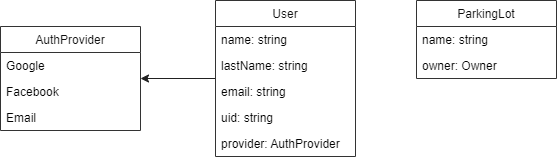
Earlier version of the draw.io export docs/domain/classes.drawio.png (lucasg18c/ParkingSys). Source tidied: cells renumbered, new cells last; positions are measured from the earlier drawing's top-left corner, leaving out a move shared by most shapes. Its diagram source:
```xml
<mxGraphModel background="#ffffff">
  <root>
    <mxCell id="0" />
    <mxCell id="1" parent="0" />
    <mxCell id="2" value="ParkingLot" style="swimlane;fontStyle=0;horizontal=1;startSize=26;fillColor=none;strokeColor=#333333;fontColor=#0F0F0F;" parent="1" vertex="1">
      <mxGeometry x="416" width="140" height="78" as="geometry" />
    </mxCell>
    <mxCell id="3" value="name: string" style="text;strokeColor=none;fillColor=none;align=left;verticalAlign=top;spacingLeft=4;spacingRight=4;overflow=hidden;fontColor=#030303;" parent="2" vertex="1">
      <mxGeometry y="26" width="140" height="26" as="geometry" />
    </mxCell>
    <mxCell id="4" value="owner: Owner" style="text;strokeColor=none;fillColor=none;align=left;verticalAlign=top;spacingLeft=4;spacingRight=4;overflow=hidden;fontColor=#030303;" parent="2" vertex="1">
      <mxGeometry y="52" width="140" height="26" as="geometry" />
    </mxCell>
    <mxCell id="5" style="edgeStyle=none;html=1;fontColor=#0F0F0F;strokeColor=#212121;" parent="1" edge="1" source="6" target="12">
      <mxGeometry relative="1" as="geometry" />
    </mxCell>
    <mxCell id="6" value="User" style="swimlane;fontStyle=0;horizontal=1;startSize=26;fillColor=none;strokeColor=#333333;fontColor=#0F0F0F;" parent="1" vertex="1">
      <mxGeometry x="215" width="140" height="156" as="geometry" />
    </mxCell>
    <mxCell id="7" value="name: string" style="text;strokeColor=none;fillColor=none;align=left;verticalAlign=top;spacingLeft=4;spacingRight=4;overflow=hidden;fontColor=#030303;" parent="6" vertex="1">
      <mxGeometry y="26" width="140" height="26" as="geometry" />
    </mxCell>
    <mxCell id="8" value="lastName: string" style="text;strokeColor=none;fillColor=none;align=left;verticalAlign=top;spacingLeft=4;spacingRight=4;overflow=hidden;fontColor=#030303;" parent="6" vertex="1">
      <mxGeometry y="52" width="140" height="26" as="geometry" />
    </mxCell>
    <mxCell id="9" value="email: string" style="text;strokeColor=none;fillColor=none;align=left;verticalAlign=top;spacingLeft=4;spacingRight=4;overflow=hidden;fontColor=#030303;" parent="6" vertex="1">
      <mxGeometry y="78" width="140" height="26" as="geometry" />
    </mxCell>
    <mxCell id="10" value="uid: string" style="text;strokeColor=none;fillColor=none;align=left;verticalAlign=top;spacingLeft=4;spacingRight=4;overflow=hidden;fontColor=#030303;" parent="6" vertex="1">
      <mxGeometry y="104" width="140" height="26" as="geometry" />
    </mxCell>
    <mxCell id="11" value="provider: AuthProvider" style="text;strokeColor=none;fillColor=none;align=left;verticalAlign=top;spacingLeft=4;spacingRight=4;overflow=hidden;fontColor=#030303;" parent="6" vertex="1">
      <mxGeometry y="130" width="140" height="26" as="geometry" />
    </mxCell>
    <mxCell id="12" value="AuthProvider" style="swimlane;fontStyle=0;horizontal=1;startSize=26;fillColor=none;strokeColor=#333333;fontColor=#0F0F0F;" parent="1" vertex="1">
      <mxGeometry y="26" width="140" height="104" as="geometry" />
    </mxCell>
    <mxCell id="13" value="Google" style="text;strokeColor=none;fillColor=none;align=left;verticalAlign=top;spacingLeft=4;spacingRight=4;overflow=hidden;fontColor=#030303;" parent="12" vertex="1">
      <mxGeometry y="26" width="140" height="26" as="geometry" />
    </mxCell>
    <mxCell id="14" value="Facebook" style="text;strokeColor=none;fillColor=none;align=left;verticalAlign=top;spacingLeft=4;spacingRight=4;overflow=hidden;fontColor=#030303;" parent="12" vertex="1">
      <mxGeometry y="52" width="140" height="26" as="geometry" />
    </mxCell>
    <mxCell id="15" value="Email" style="text;strokeColor=none;fillColor=none;align=left;verticalAlign=top;spacingLeft=4;spacingRight=4;overflow=hidden;fontColor=#030303;" parent="12" vertex="1">
      <mxGeometry y="78" width="140" height="26" as="geometry" />
    </mxCell>
  </root>
</mxGraphModel>
```
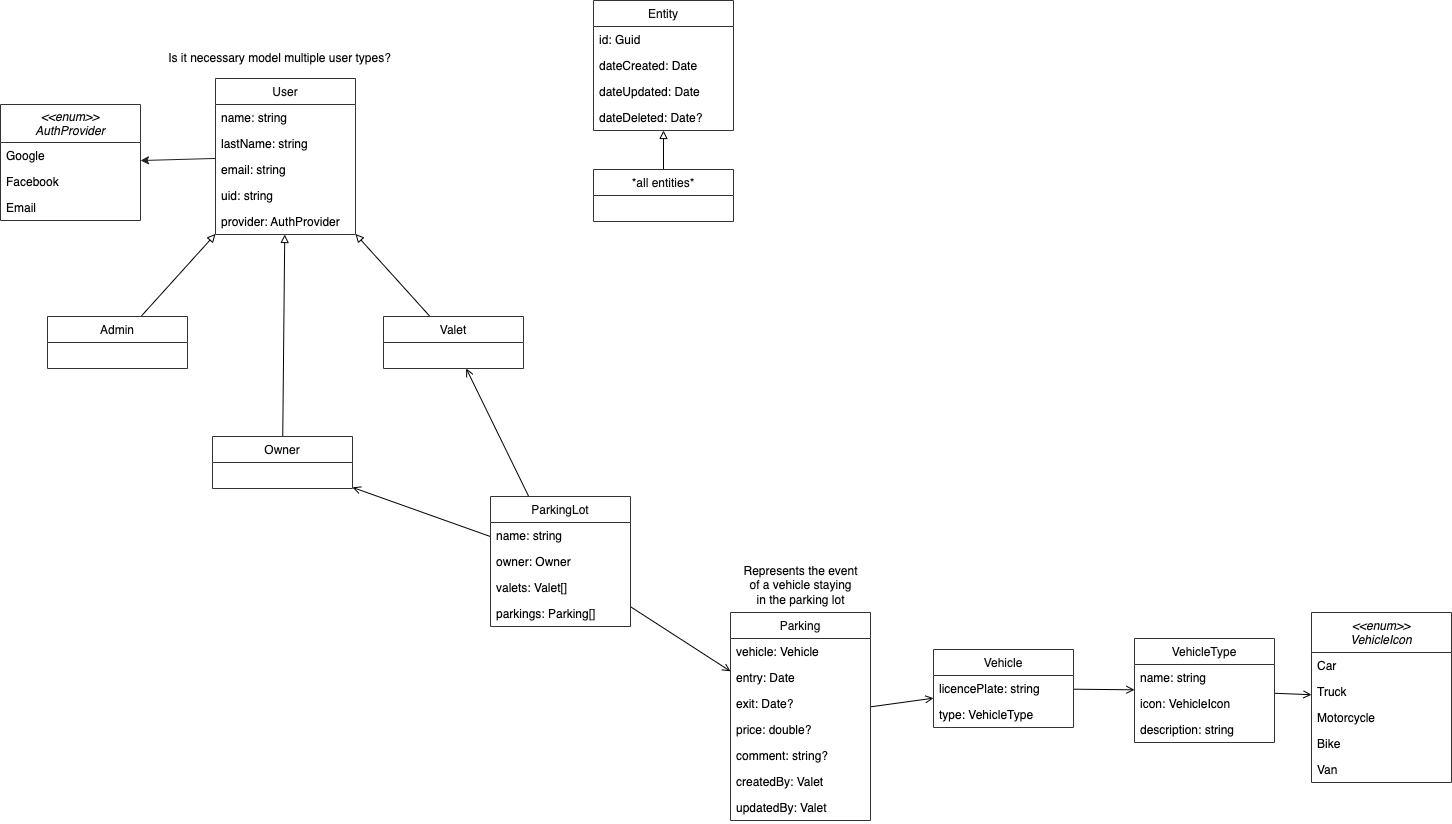
Above is the later version.

Commit message:
vehicles models

Change to the diagram source:
```diff
@@ -2,8 +2,17 @@
   <root>
     <mxCell id="0" />
     <mxCell id="1" parent="0" />
+    <mxCell id="16" style="edgeStyle=none;html=1;strokeColor=#000000;endArrow=open;endFill=0;" parent="1" edge="1" source="2" target="26">
+      <mxGeometry relative="1" as="geometry" />
+    </mxCell>
+    <mxCell id="17" style="edgeStyle=none;html=1;strokeColor=#000000;endArrow=open;endFill=0;" parent="1" edge="1" source="2" target="22">
+      <mxGeometry relative="1" as="geometry" />
+    </mxCell>
+    <mxCell id="18" style="edgeStyle=none;html=1;strokeColor=#000000;endArrow=open;endFill=0;" parent="1" edge="1" source="2" target="44">
+      <mxGeometry relative="1" as="geometry" />
+    </mxCell>
     <mxCell id="2" value="ParkingLot" style="swimlane;fontStyle=0;horizontal=1;startSize=26;fillColor=none;strokeColor=#333333;fontColor=#0F0F0F;" parent="1" vertex="1">
-      <mxGeometry x="416" width="140" height="78" as="geometry" />
+      <mxGeometry x="490" y="418" width="140" height="130" as="geometry" />
     </mxCell>
     <mxCell id="3" value="name: string" style="text;strokeColor=none;fillColor=none;align=left;verticalAlign=top;spacingLeft=4;spacingRight=4;overflow=hidden;fontColor=#030303;" parent="2" vertex="1">
       <mxGeometry y="26" width="140" height="26" as="geometry" />
@@ -11,6 +20,12 @@
     <mxCell id="4" value="owner: Owner" style="text;strokeColor=none;fillColor=none;align=left;verticalAlign=top;spacingLeft=4;spacingRight=4;overflow=hidden;fontColor=#030303;" parent="2" vertex="1">
       <mxGeometry y="52" width="140" height="26" as="geometry" />
     </mxCell>
+    <mxCell id="19" value="valets: Valet[]" style="text;strokeColor=none;fillColor=none;align=left;verticalAlign=top;spacingLeft=4;spacingRight=4;overflow=hidden;fontColor=#030303;" parent="2" vertex="1">
+      <mxGeometry y="78" width="140" height="26" as="geometry" />
+    </mxCell>
+    <mxCell id="20" value="parkings: Parking[]" style="text;strokeColor=none;fillColor=none;align=left;verticalAlign=top;spacingLeft=4;spacingRight=4;overflow=hidden;fontColor=#030303;" parent="2" vertex="1">
+      <mxGeometry y="104" width="140" height="26" as="geometry" />
+    </mxCell>
     <mxCell id="5" style="edgeStyle=none;html=1;fontColor=#0F0F0F;strokeColor=#212121;" parent="1" edge="1" source="6" target="12">
       <mxGeometry relative="1" as="geometry" />
     </mxCell>
@@ -32,17 +47,137 @@
     <mxCell id="11" value="provider: AuthProvider" style="text;strokeColor=none;fillColor=none;align=left;verticalAlign=top;spacingLeft=4;spacingRight=4;overflow=hidden;fontColor=#030303;" parent="6" vertex="1">
       <mxGeometry y="130" width="140" height="26" as="geometry" />
     </mxCell>
-    <mxCell id="12" value="AuthProvider" style="swimlane;fontStyle=0;horizontal=1;startSize=26;fillColor=none;strokeColor=#333333;fontColor=#0F0F0F;" parent="1" vertex="1">
-      <mxGeometry y="26" width="140" height="104" as="geometry" />
+    <mxCell id="12" value="&lt;&lt;enum&gt;&gt;&#10;AuthProvider" style="swimlane;fontStyle=2;horizontal=1;startSize=38;fillColor=none;strokeColor=#333333;fontColor=#0F0F0F;" parent="1" vertex="1">
+      <mxGeometry y="26" width="140" height="116" as="geometry" />
     </mxCell>
     <mxCell id="13" value="Google" style="text;strokeColor=none;fillColor=none;align=left;verticalAlign=top;spacingLeft=4;spacingRight=4;overflow=hidden;fontColor=#030303;" parent="12" vertex="1">
-      <mxGeometry y="26" width="140" height="26" as="geometry" />
+      <mxGeometry y="38" width="140" height="26" as="geometry" />
     </mxCell>
     <mxCell id="14" value="Facebook" style="text;strokeColor=none;fillColor=none;align=left;verticalAlign=top;spacingLeft=4;spacingRight=4;overflow=hidden;fontColor=#030303;" parent="12" vertex="1">
-      <mxGeometry y="52" width="140" height="26" as="geometry" />
+      <mxGeometry y="64" width="140" height="26" as="geometry" />
     </mxCell>
     <mxCell id="15" value="Email" style="text;strokeColor=none;fillColor=none;align=left;verticalAlign=top;spacingLeft=4;spacingRight=4;overflow=hidden;fontColor=#030303;" parent="12" vertex="1">
-      <mxGeometry y="78" width="140" height="26" as="geometry" />
+      <mxGeometry y="90" width="140" height="26" as="geometry" />
     </mxCell>
+    <mxCell id="21" style="edgeStyle=none;html=1;strokeColor=#000000;endArrow=block;endFill=0;" parent="1" edge="1" source="22" target="6">
+      <mxGeometry relative="1" as="geometry" />
+    </mxCell>
+    <mxCell id="22" value="Valet" style="swimlane;fontStyle=0;horizontal=1;startSize=26;fillColor=none;strokeColor=#333333;fontColor=#0F0F0F;" parent="1" vertex="1">
+      <mxGeometry x="383" y="238" width="140" height="52" as="geometry" />
+    </mxCell>
+    <mxCell id="23" style="edgeStyle=none;html=1;strokeColor=#000000;endArrow=block;endFill=0;" parent="1" edge="1" source="24" target="6">
+      <mxGeometry relative="1" as="geometry" />
+    </mxCell>
+    <mxCell id="24" value="Admin" style="swimlane;fontStyle=0;horizontal=1;startSize=26;fillColor=none;strokeColor=#333333;fontColor=#0F0F0F;" parent="1" vertex="1">
+      <mxGeometry x="47" y="238" width="140" height="52" as="geometry" />
+    </mxCell>
+    <mxCell id="25" style="edgeStyle=none;html=1;strokeColor=#000000;endArrow=block;endFill=0;" parent="1" edge="1" source="26" target="6">
+      <mxGeometry relative="1" as="geometry" />
+    </mxCell>
+    <mxCell id="26" value="Owner" style="swimlane;fontStyle=0;horizontal=1;startSize=26;fillColor=none;strokeColor=#333333;fontColor=#0F0F0F;" parent="1" vertex="1">
+      <mxGeometry x="212" y="358" width="140" height="52" as="geometry" />
+    </mxCell>
+    <mxCell id="27" style="edgeStyle=none;html=1;strokeColor=#000000;endArrow=open;endFill=0;" parent="1" edge="1" source="28" target="32">
+      <mxGeometry relative="1" as="geometry" />
+    </mxCell>
+    <mxCell id="28" value="Vehicle" style="swimlane;fontStyle=0;horizontal=1;startSize=26;fillColor=none;strokeColor=#333333;fontColor=#0F0F0F;" parent="1" vertex="1">
+      <mxGeometry x="933" y="571" width="140" height="78" as="geometry" />
+    </mxCell>
+    <mxCell id="29" value="licencePlate: string" style="text;strokeColor=none;fillColor=none;align=left;verticalAlign=top;spacingLeft=4;spacingRight=4;overflow=hidden;fontColor=#030303;" parent="28" vertex="1">
+      <mxGeometry y="26" width="140" height="26" as="geometry" />
+    </mxCell>
+    <mxCell id="30" value="type: VehicleType" style="text;strokeColor=none;fillColor=none;align=left;verticalAlign=top;spacingLeft=4;spacingRight=4;overflow=hidden;fontColor=#030303;" parent="28" vertex="1">
+      <mxGeometry y="52" width="140" height="26" as="geometry" />
+    </mxCell>
+    <mxCell id="31" style="edgeStyle=none;html=1;strokeColor=#000000;endArrow=open;endFill=0;" parent="1" edge="1" source="32" target="36">
+      <mxGeometry relative="1" as="geometry" />
+    </mxCell>
+    <mxCell id="32" value="VehicleType" style="swimlane;fontStyle=0;horizontal=1;startSize=26;fillColor=none;strokeColor=#333333;fontColor=#0F0F0F;" parent="1" vertex="1">
+      <mxGeometry x="1134" y="560" width="140" height="104" as="geometry" />
+    </mxCell>
+    <mxCell id="33" value="name: string" style="text;strokeColor=none;fillColor=none;align=left;verticalAlign=top;spacingLeft=4;spacingRight=4;overflow=hidden;fontColor=#030303;" parent="32" vertex="1">
+      <mxGeometry y="26" width="140" height="26" as="geometry" />
+    </mxCell>
+    <mxCell id="34" value="icon: VehicleIcon" style="text;strokeColor=none;fillColor=none;align=left;verticalAlign=top;spacingLeft=4;spacingRight=4;overflow=hidden;fontColor=#030303;" parent="32" vertex="1">
+      <mxGeometry y="52" width="140" height="26" as="geometry" />
+    </mxCell>
+    <mxCell id="35" value="description: string" style="text;strokeColor=none;fillColor=none;align=left;verticalAlign=top;spacingLeft=4;spacingRight=4;overflow=hidden;fontColor=#030303;" parent="32" vertex="1">
+      <mxGeometry y="78" width="140" height="26" as="geometry" />
+    </mxCell>
+    <mxCell id="36" value="&lt;&lt;enum&gt;&gt;&#10;VehicleIcon" style="swimlane;fontStyle=2;horizontal=1;startSize=40;fillColor=none;strokeColor=#333333;fontColor=#0F0F0F;" parent="1" vertex="1">
+      <mxGeometry x="1311" y="534" width="140" height="170" as="geometry" />
+    </mxCell>
+    <mxCell id="37" value="Car" style="text;strokeColor=none;fillColor=none;align=left;verticalAlign=top;spacingLeft=4;spacingRight=4;overflow=hidden;fontColor=#030303;" parent="36" vertex="1">
+      <mxGeometry y="40" width="140" height="26" as="geometry" />
+    </mxCell>
+    <mxCell id="38" value="Truck" style="text;strokeColor=none;fillColor=none;align=left;verticalAlign=top;spacingLeft=4;spacingRight=4;overflow=hidden;fontColor=#030303;" parent="36" vertex="1">
+      <mxGeometry y="66" width="140" height="26" as="geometry" />
+    </mxCell>
+    <mxCell id="39" value="Motorcycle" style="text;strokeColor=none;fillColor=none;align=left;verticalAlign=top;spacingLeft=4;spacingRight=4;overflow=hidden;fontColor=#030303;" parent="36" vertex="1">
+      <mxGeometry y="92" width="140" height="26" as="geometry" />
+    </mxCell>
+    <mxCell id="40" value="Bike" style="text;strokeColor=none;fillColor=none;align=left;verticalAlign=top;spacingLeft=4;spacingRight=4;overflow=hidden;fontColor=#030303;" parent="36" vertex="1">
+      <mxGeometry y="118" width="140" height="26" as="geometry" />
+    </mxCell>
+    <mxCell id="41" value="Van" style="text;strokeColor=none;fillColor=none;align=left;verticalAlign=top;spacingLeft=4;spacingRight=4;overflow=hidden;fontColor=#030303;" parent="36" vertex="1">
+      <mxGeometry y="144" width="140" height="26" as="geometry" />
+    </mxCell>
+    <mxCell id="42" style="edgeStyle=none;html=1;strokeColor=#000000;endArrow=open;endFill=0;" parent="1" edge="1" source="44" target="28">
+      <mxGeometry relative="1" as="geometry" />
+    </mxCell>
+    <mxCell id="43" style="group;" parent="1" vertex="1">
+      <mxGeometry x="730" y="479" width="140" height="159" as="geometry" />
+    </mxCell>
+    <mxCell id="44" value="Parking" style="swimlane;fontStyle=0;horizontal=1;startSize=26;fillColor=none;strokeColor=#333333;fontColor=#0F0F0F;" parent="43" vertex="1">
+      <mxGeometry y="55" width="140" height="208" as="geometry" />
+    </mxCell>
+    <mxCell id="45" value="vehicle: Vehicle" style="text;strokeColor=none;fillColor=none;align=left;verticalAlign=top;spacingLeft=4;spacingRight=4;overflow=hidden;fontColor=#030303;" parent="44" vertex="1">
+      <mxGeometry y="26" width="140" height="26" as="geometry" />
+    </mxCell>
+    <mxCell id="46" value="entry: Date" style="text;strokeColor=none;fillColor=none;align=left;verticalAlign=top;spacingLeft=4;spacingRight=4;overflow=hidden;fontColor=#030303;" parent="44" vertex="1">
+      <mxGeometry y="52" width="140" height="26" as="geometry" />
+    </mxCell>
+    <mxCell id="47" value="exit: Date?" style="text;strokeColor=none;fillColor=none;align=left;verticalAlign=top;spacingLeft=4;spacingRight=4;overflow=hidden;fontColor=#030303;" parent="44" vertex="1">
+      <mxGeometry y="78" width="140" height="26" as="geometry" />
+    </mxCell>
+    <mxCell id="48" value="price: double?" style="text;strokeColor=none;fillColor=none;align=left;verticalAlign=top;spacingLeft=4;spacingRight=4;overflow=hidden;fontColor=#030303;" parent="44" vertex="1">
+      <mxGeometry y="104" width="140" height="26" as="geometry" />
+    </mxCell>
+    <mxCell id="49" value="comment: string?" style="text;strokeColor=none;fillColor=none;align=left;verticalAlign=top;spacingLeft=4;spacingRight=4;overflow=hidden;fontColor=#030303;" parent="44" vertex="1">
+      <mxGeometry y="130" width="140" height="26" as="geometry" />
+    </mxCell>
+    <mxCell id="50" value="createdBy: Valet" style="text;strokeColor=none;fillColor=none;align=left;verticalAlign=top;spacingLeft=4;spacingRight=4;overflow=hidden;fontColor=#030303;" parent="44" vertex="1">
+      <mxGeometry y="156" width="140" height="26" as="geometry" />
+    </mxCell>
+    <mxCell id="51" value="updatedBy: Valet" style="text;strokeColor=none;fillColor=none;align=left;verticalAlign=top;spacingLeft=4;spacingRight=4;overflow=hidden;fontColor=#030303;" parent="44" vertex="1">
+      <mxGeometry y="182" width="140" height="26" as="geometry" />
+    </mxCell>
+    <mxCell id="52" value="&lt;font color=&quot;#080808&quot;&gt;Represents the event &lt;br&gt;of a vehicle staying &lt;br&gt;in the parking lot&lt;/font&gt;" style="text;html=1;align=center;verticalAlign=middle;strokeColor=none;fillColor=none;" parent="43" vertex="1">
+      <mxGeometry x="4" width="132" height="55" as="geometry" />
+    </mxCell>
+    <mxCell id="53" value="Entity" style="swimlane;fontStyle=0;horizontal=1;startSize=26;fillColor=none;strokeColor=#333333;fontColor=#0F0F0F;" parent="1" vertex="1">
+      <mxGeometry x="593" y="-78" width="140" height="130" as="geometry" />
+    </mxCell>
+    <mxCell id="54" value="id: Guid" style="text;strokeColor=none;fillColor=none;align=left;verticalAlign=top;spacingLeft=4;spacingRight=4;overflow=hidden;fontColor=#030303;" parent="53" vertex="1">
+      <mxGeometry y="26" width="140" height="26" as="geometry" />
+    </mxCell>
+    <mxCell id="55" value="dateCreated: Date" style="text;strokeColor=none;fillColor=none;align=left;verticalAlign=top;spacingLeft=4;spacingRight=4;overflow=hidden;fontColor=#030303;" parent="53" vertex="1">
+      <mxGeometry y="52" width="140" height="26" as="geometry" />
+    </mxCell>
+    <mxCell id="56" value="dateUpdated: Date" style="text;strokeColor=none;fillColor=none;align=left;verticalAlign=top;spacingLeft=4;spacingRight=4;overflow=hidden;fontColor=#030303;" parent="53" vertex="1">
+      <mxGeometry y="78" width="140" height="26" as="geometry" />
+    </mxCell>
+    <mxCell id="57" value="dateDeleted: Date?" style="text;strokeColor=none;fillColor=none;align=left;verticalAlign=top;spacingLeft=4;spacingRight=4;overflow=hidden;fontColor=#030303;" parent="53" vertex="1">
+      <mxGeometry y="104" width="140" height="26" as="geometry" />
+    </mxCell>
+    <mxCell id="58" style="edgeStyle=none;html=1;strokeColor=#000000;fontColor=#080808;endArrow=block;endFill=0;" parent="1" edge="1" source="59" target="53">
+      <mxGeometry relative="1" as="geometry" />
+    </mxCell>
+    <mxCell id="59" value="*all entities*" style="swimlane;fontStyle=0;horizontal=1;startSize=26;fillColor=none;strokeColor=#333333;fontColor=#0F0F0F;" parent="1" vertex="1">
+      <mxGeometry x="593" y="91" width="140" height="52" as="geometry" />
+    </mxCell>
+    <mxCell id="60" value="Is it necessary model multiple user types?" style="text;html=1;align=center;verticalAlign=middle;strokeColor=none;fillColor=none;fontColor=#080808;" parent="1" vertex="1">
+      <mxGeometry x="159" y="-33" width="241" height="26" as="geometry" />
+    </mxCell>
   </root>
 </mxGraphModel>
```
